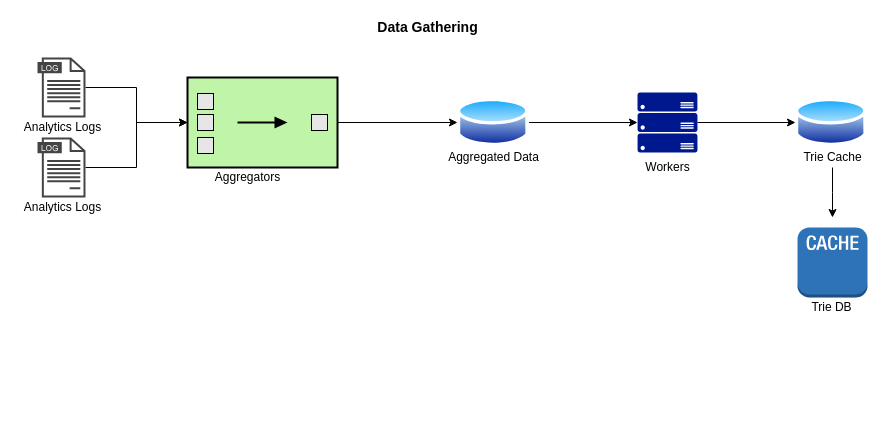
qiusli/system-design keeps this draw.io diagram as Search Autocomplete System.drawio. Above is the earlier version. Source tidied: cells renumbered, new cells numbered last; positions are measured from the earlier drawing's top-left corner, leaving out a move shared by most shapes. Both pictures are drawn from the tidied source at 100%, with x=0, y=0 at pixel (17, 17).
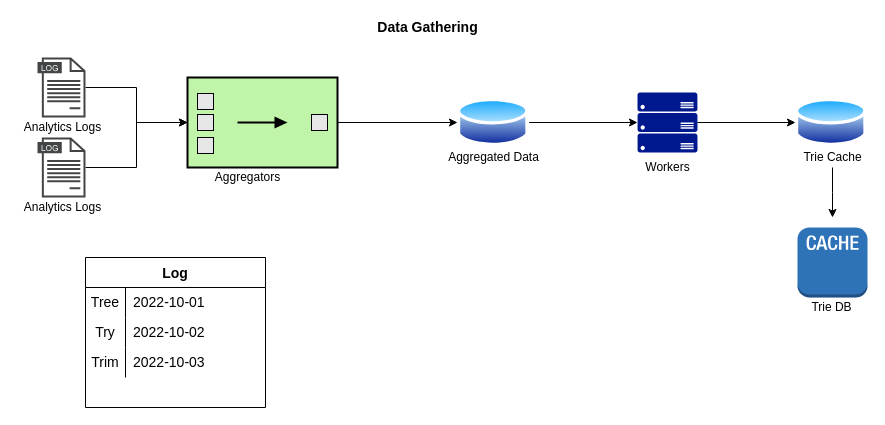
Above is the later version.

Change to the diagram source:
```diff
@@
+    <mxCell id="23" value="Log" style="shape=table;startSize=30;childLayout=tableLayout;rowLines=0;fontStyle=1;fontSize=14;" parent="1" vertex="1">
+      <mxGeometry x="68" y="240" width="180" height="150" as="geometry" />
+    </mxCell>
+    <mxCell id="24" style="shape=tableRow;horizontal=0;startSize=0;swimlaneHead=0;swimlaneBody=0;top=0;left=0;bottom=0;right=0;fillColor=none;fontSize=14;" parent="23" vertex="1">
+      <mxGeometry y="30" width="180" height="30" as="geometry" />
+    </mxCell>
+    <mxCell id="25" value="Tree" style="shape=partialRectangle;html=1;whiteSpace=wrap;fillColor=none;top=0;left=0;bottom=0;right=0;overflow=hidden;fontSize=14;" parent="24" vertex="1">
+      <mxGeometry width="40" height="30" as="geometry" />
+    </mxCell>
+    <mxCell id="26" value="2022-10-01" style="shape=partialRectangle;html=1;whiteSpace=wrap;fillColor=none;top=0;left=0;bottom=0;right=0;align=left;spacingLeft=6;overflow=hidden;fontSize=14;" parent="24" vertex="1">
+      <mxGeometry x="40" width="140" height="30" as="geometry" />
+    </mxCell>
+    <mxCell id="27" style="shape=tableRow;horizontal=0;startSize=0;swimlaneHead=0;swimlaneBody=0;top=0;left=0;bottom=0;right=0;fillColor=none;fontSize=14;" parent="23" vertex="1">
+      <mxGeometry y="60" width="180" height="30" as="geometry" />
+    </mxCell>
+    <mxCell id="28" value="Try" style="shape=partialRectangle;html=1;whiteSpace=wrap;fillColor=none;top=0;left=0;bottom=0;right=0;overflow=hidden;fontSize=14;" parent="27" vertex="1">
+      <mxGeometry width="40" height="30" as="geometry" />
+    </mxCell>
+    <mxCell id="29" style="shape=partialRectangle;html=1;whiteSpace=wrap;fillColor=none;top=0;left=0;bottom=0;right=0;align=left;spacingLeft=6;overflow=hidden;fontSize=14;" parent="27" vertex="1">
+      <mxGeometry x="40" width="140" height="30" as="geometry" />
+    </mxCell>
+    <mxCell id="30" style="shape=tableRow;horizontal=0;startSize=0;swimlaneHead=0;swimlaneBody=0;top=0;left=0;bottom=0;right=0;fillColor=none;fontSize=14;" parent="23" vertex="1">
+      <mxGeometry y="90" width="180" height="30" as="geometry" />
+    </mxCell>
+    <mxCell id="31" value="Trim" style="shape=partialRectangle;html=1;whiteSpace=wrap;fillColor=none;top=0;left=0;bottom=0;right=0;overflow=hidden;fontSize=14;" parent="30" vertex="1">
+      <mxGeometry width="40" height="30" as="geometry" />
+    </mxCell>
+    <mxCell id="32" style="shape=partialRectangle;html=1;whiteSpace=wrap;fillColor=none;top=0;left=0;bottom=0;right=0;align=left;spacingLeft=6;overflow=hidden;fontSize=14;" parent="30" vertex="1">
+      <mxGeometry x="40" width="140" height="30" as="geometry" />
+    </mxCell>
+    <mxCell id="33" value="2022-10-02" style="shape=partialRectangle;html=1;whiteSpace=wrap;fillColor=none;top=0;left=0;bottom=0;right=0;align=left;spacingLeft=6;overflow=hidden;fontSize=14;" parent="1" vertex="1">
+      <mxGeometry x="108" y="300" width="140" height="30" as="geometry" />
+    </mxCell>
+    <mxCell id="34" value="2022-10-03" style="shape=partialRectangle;html=1;whiteSpace=wrap;fillColor=none;top=0;left=0;bottom=0;right=0;align=left;spacingLeft=6;overflow=hidden;fontSize=14;" parent="1" vertex="1">
+      <mxGeometry x="108" y="330" width="140" height="30" as="geometry" />
+    </mxCell>
```
